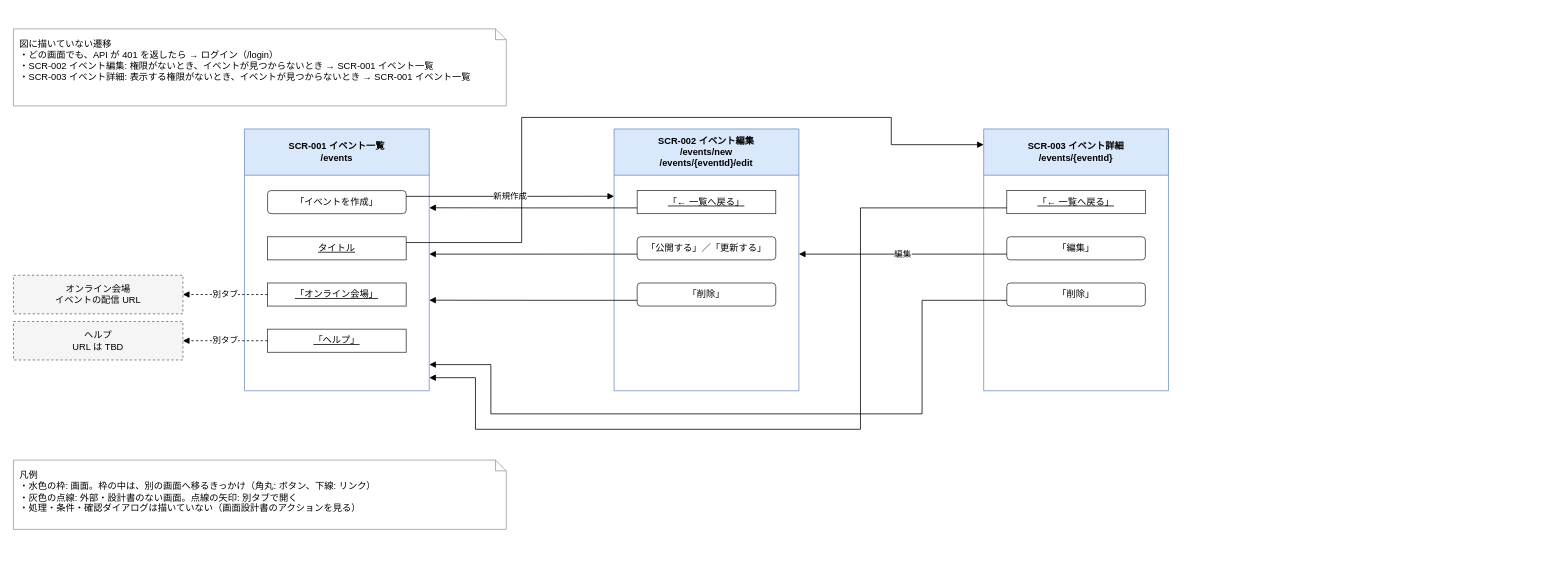
The draw.io diagram plugins/screen-design/examples/docs/screens/screen-flow.drawio in nebular-lab/nebular-plugins, before the edit. Source tidied: cells renumbered, new cells numbered last; positions are measured from the earlier drawing's top-left corner, leaving out a move shared by most shapes. Both pictures are drawn from the tidied source at 77%, with x=0, y=0 at pixel (13, 28).
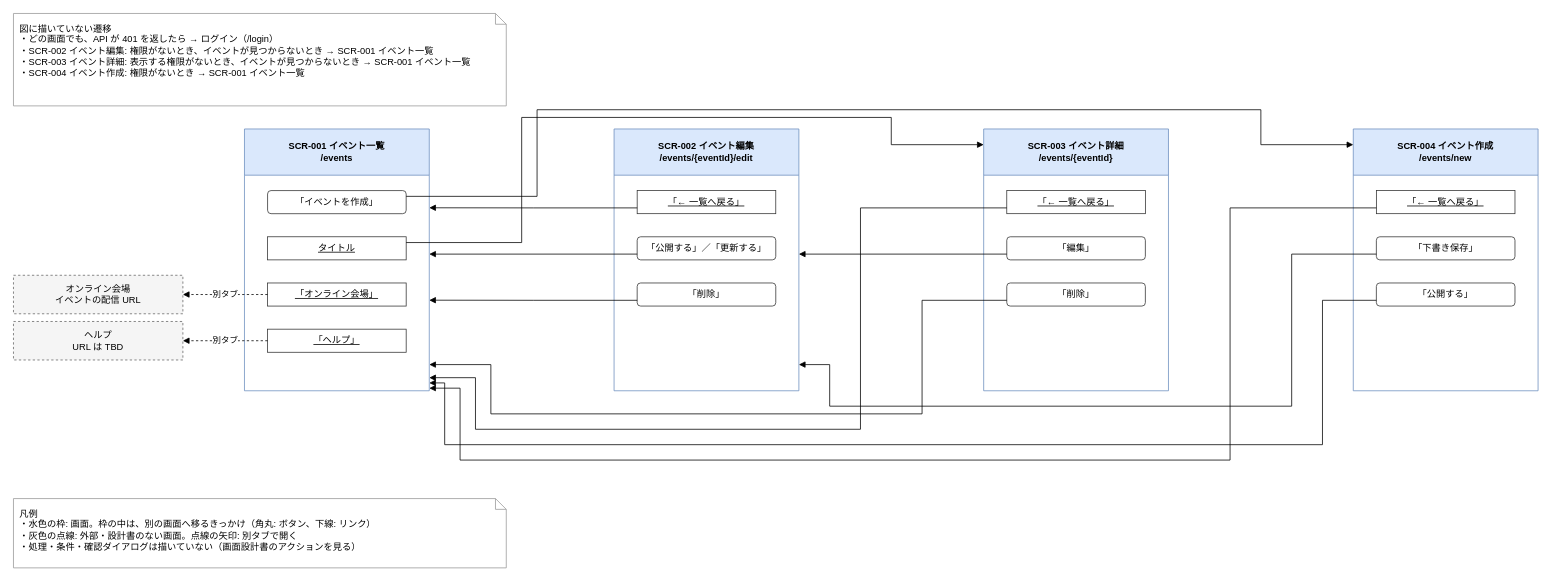
After the change.

Unchanged cells that the change refers to:
```xml
<mxCell id="5" value="SCR-001 イベント一覧&lt;br&gt;/events" style="swimlane;whiteSpace=wrap;html=1;startSize=60;fillColor=#dae8fc;strokeColor=#6c8ebf;fontStyle=1;" parent="1" vertex="1">
  <mxGeometry x="300" y="130" width="240" height="340" as="geometry" />
</mxCell>
<mxCell id="6" value="「イベントを作成」" style="rounded=1;whiteSpace=wrap;html=1;fillColor=#ffffff;strokeColor=#333333;" parent="5" vertex="1">
  <mxGeometry x="30" y="80" width="180" height="30" as="geometry" />
</mxCell>
<mxCell id="16" value="「編集」" style="rounded=1;whiteSpace=wrap;html=1;fillColor=#ffffff;strokeColor=#333333;" parent="14" vertex="1">
  <mxGeometry x="30" y="140" width="180" height="30" as="geometry" />
</mxCell>
```

Diff of the diagram source:
```diff
@@
-    <mxCell id="2" value="図に描いていない遷移&lt;br&gt;・どの画面でも、API が 401 を返したら → ログイン（/login）&lt;br&gt;・SCR-002 イベント編集: 権限がないとき、イベントが見つからないとき → SCR-001 イベント一覧&lt;br&gt;・SCR-003 イベント詳細: 表示する権限がないとき、イベントが見つからないとき → SCR-001 イベント一覧" style="shape=note;whiteSpace=wrap;html=1;size=14;align=left;verticalAlign=top;spacing=8;fillColor=#ffffff;strokeColor=#999999;" parent="1" vertex="1">
-      <mxGeometry width="640" height="100" as="geometry" />
+    <mxCell id="2" value="図に描いていない遷移&lt;br&gt;・どの画面でも、API が 401 を返したら → ログイン（/login）&lt;br&gt;・SCR-002 イベント編集: 権限がないとき、イベントが見つからないとき → SCR-001 イベント一覧&lt;br&gt;・SCR-003 イベント詳細: 表示する権限がないとき、イベントが見つからないとき → SCR-001 イベント一覧&lt;br&gt;・SCR-004 イベント作成: 権限がないとき → SCR-001 イベント一覧" style="shape=note;whiteSpace=wrap;html=1;size=14;align=left;verticalAlign=top;spacing=8;fillColor=#ffffff;strokeColor=#999999;" parent="1" vertex="1">
+      <mxGeometry y="-20" width="640" height="120" as="geometry" />
     </mxCell>
@@
-    <mxCell id="10" value="SCR-002 イベント編集&lt;br&gt;/events/new&lt;br&gt;/events/{eventId}/edit" style="swimlane;whiteSpace=wrap;html=1;startSize=60;fillColor=#dae8fc;strokeColor=#6c8ebf;fontStyle=1;" parent="1" vertex="1">
+    <mxCell id="10" value="SCR-002 イベント編集&lt;br&gt;/events/{eventId}/edit" style="swimlane;whiteSpace=wrap;html=1;startSize=60;fillColor=#dae8fc;strokeColor=#6c8ebf;fontStyle=1;" parent="1" vertex="1">
       <mxGeometry x="780" y="130" width="240" height="340" as="geometry" />
     </mxCell>
@@
+    <mxCell id="29" value="SCR-004 イベント作成&lt;br&gt;/events/new" style="swimlane;whiteSpace=wrap;html=1;startSize=60;fillColor=#dae8fc;strokeColor=#6c8ebf;fontStyle=1;" parent="1" vertex="1">
+      <mxGeometry x="1740" y="130" width="240" height="340" as="geometry" />
+    </mxCell>
+    <mxCell id="30" value="「← 一覧へ戻る」" style="rounded=0;whiteSpace=wrap;html=1;fillColor=#ffffff;strokeColor=#333333;fontStyle=4;" parent="29" vertex="1">
+      <mxGeometry x="30" y="80" width="180" height="30" as="geometry" />
+    </mxCell>
+    <mxCell id="31" value="「下書き保存」" style="rounded=1;whiteSpace=wrap;html=1;fillColor=#ffffff;strokeColor=#333333;" parent="29" vertex="1">
+      <mxGeometry x="30" y="140" width="180" height="30" as="geometry" />
+    </mxCell>
+    <mxCell id="32" value="「公開する」" style="rounded=1;whiteSpace=wrap;html=1;fillColor=#ffffff;strokeColor=#333333;" parent="29" vertex="1">
+      <mxGeometry x="30" y="200" width="180" height="30" as="geometry" />
+    </mxCell>
     <mxCell id="18" value="凡例&lt;br&gt;・水色の枠: 画面。枠の中は、別の画面へ移るきっかけ（角丸: ボタン、下線: リンク）&lt;br&gt;・灰色の点線: 外部・設計書のない画面。点線の矢印: 別タブで開く&lt;br&gt;・処理・条件・確認ダイアログは描いていない（画面設計書のアクションを見る）" style="shape=note;whiteSpace=wrap;html=1;size=14;align=left;verticalAlign=top;spacing=8;fillColor=#ffffff;strokeColor=#999999;" parent="1" vertex="1">
-      <mxGeometry y="560" width="640" height="90" as="geometry" />
+      <mxGeometry y="610" width="640" height="90" as="geometry" />
     </mxCell>
-    <mxCell id="19" value="新規作成" style="edgeStyle=orthogonalEdgeStyle;rounded=0;html=1;endArrow=block;endFill=1;exitX=1;exitY=0.25;exitDx=0;exitDy=0;entryX=0;entryY=0.257;entryDx=0;entryDy=0;" parent="1" edge="1" source="6" target="10">
-      <mxGeometry relative="1" as="geometry" />
-    </mxCell>
@@
-    <mxCell id="27" value="編集" style="edgeStyle=orthogonalEdgeStyle;rounded=0;html=1;endArrow=block;endFill=1;exitX=0;exitY=0.75;exitDx=0;exitDy=0;entryX=1;entryY=0.478;entryDx=0;entryDy=0;" parent="1" edge="1" source="16" target="10">
+    <mxCell id="27" style="edgeStyle=orthogonalEdgeStyle;rounded=0;html=1;endArrow=block;endFill=1;exitX=0;exitY=0.75;exitDx=0;exitDy=0;entryX=1;entryY=0.478;entryDx=0;entryDy=0;" parent="1" edge="1" source="16" target="10">
       <mxGeometry relative="1" as="geometry" />
     </mxCell>
@@
+    <mxCell id="33" style="edgeStyle=orthogonalEdgeStyle;rounded=0;html=1;endArrow=block;endFill=1;exitX=1;exitY=0.25;exitDx=0;exitDy=0;entryX=0;entryY=0.06;entryDx=0;entryDy=0;" parent="1" edge="1" source="6" target="29">
+      <mxGeometry relative="1" as="geometry">
+        <Array as="points">
+          <mxPoint x="680" y="217.5" />
+          <mxPoint x="680" y="105" />
+          <mxPoint x="1620" y="105" />
+          <mxPoint x="1620" y="150" />
+        </Array>
+      </mxGeometry>
+    </mxCell>
+    <mxCell id="34" style="edgeStyle=orthogonalEdgeStyle;rounded=0;html=1;endArrow=block;endFill=1;exitX=0;exitY=0.75;exitDx=0;exitDy=0;entryX=1;entryY=0.99;entryDx=0;entryDy=0;" parent="1" edge="1" source="30" target="5">
+      <mxGeometry relative="1" as="geometry">
+        <Array as="points">
+          <mxPoint x="1580" y="232.5" />
+          <mxPoint x="1580" y="560" />
+          <mxPoint x="580" y="560" />
+          <mxPoint x="580" y="467" />
+        </Array>
+      </mxGeometry>
+    </mxCell>
+    <mxCell id="35" style="edgeStyle=orthogonalEdgeStyle;rounded=0;html=1;endArrow=block;endFill=1;exitX=0;exitY=0.75;exitDx=0;exitDy=0;entryX=1;entryY=0.9;entryDx=0;entryDy=0;" parent="1" edge="1" source="31" target="10">
+      <mxGeometry relative="1" as="geometry">
+        <Array as="points">
+          <mxPoint x="1660" y="292.5" />
+          <mxPoint x="1660" y="490" />
+          <mxPoint x="1060" y="490" />
+          <mxPoint x="1060" y="436" />
+        </Array>
+      </mxGeometry>
+    </mxCell>
+    <mxCell id="36" style="edgeStyle=orthogonalEdgeStyle;rounded=0;html=1;endArrow=block;endFill=1;exitX=0;exitY=0.75;exitDx=0;exitDy=0;entryX=1;entryY=0.97;entryDx=0;entryDy=0;" parent="1" edge="1" source="32" target="5">
+      <mxGeometry relative="1" as="geometry">
+        <Array as="points">
+          <mxPoint x="1700" y="352.5" />
+          <mxPoint x="1700" y="540" />
+          <mxPoint x="560" y="540" />
+          <mxPoint x="560" y="460" />
+        </Array>
+      </mxGeometry>
+    </mxCell>
```
